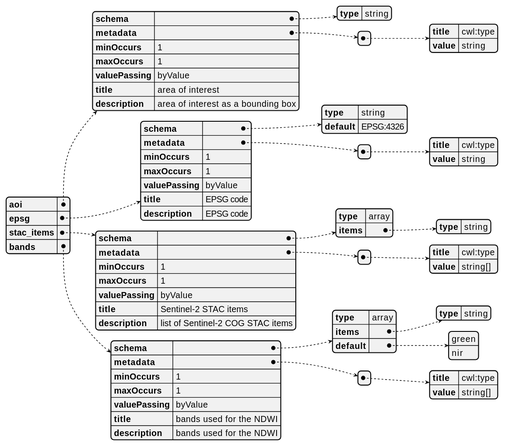
Before: docs/reference/cwl/cwl-workflow/app-water-bodies-cloud-native/water-bodies/ogc_processes_inputs.svg, a diagram exported from PlantUML (eoap/mastering-app-package). Source of this version:
```plantuml
@startjson
{
  "aoi": {
    "schema": {
      "type": "string"
    },
    "metadata": [
      {
        "title": "cwl:type",
        "value": "string"
      }
    ],
    "minOccurs": 1,
    "maxOccurs": 1,
    "valuePassing": "byValue",
    "title": "area of interest",
    "description": "area of interest as a bounding box"
  },
  "epsg": {
    "schema": {
      "type": "string",
      "default": "EPSG:4326"
    },
    "metadata": [
      {
        "title": "cwl:type",
        "value": "string"
      }
    ],
    "minOccurs": 1,
    "maxOccurs": 1,
    "valuePassing": "byValue",
    "title": "EPSG code",
    "description": "EPSG code"
  },
  "stac_items": {
    "schema": {
      "type": "array",
      "items": {
        "type": "string"
      }
    },
    "metadata": [
      {
        "title": "cwl:type",
        "value": "string[]"
      }
    ],
    "minOccurs": 1,
    "maxOccurs": 1,
    "valuePassing": "byValue",
    "title": "Sentinel-2 STAC items",
    "description": "list of Sentinel-2 COG STAC items"
  },
  "bands": {
    "schema": {
      "type": "array",
      "items": {
        "type": "string"
      },
      "default": [
        "green",
        "nir"
      ]
    },
    "metadata": [
      {
        "title": "cwl:type",
        "value": "string[]"
      }
    ],
    "minOccurs": 1,
    "maxOccurs": 1,
    "valuePassing": "byValue",
    "title": "bands used for the NDWI",
    "description": "bands used for the NDWI"
  }
}
@endjson
```
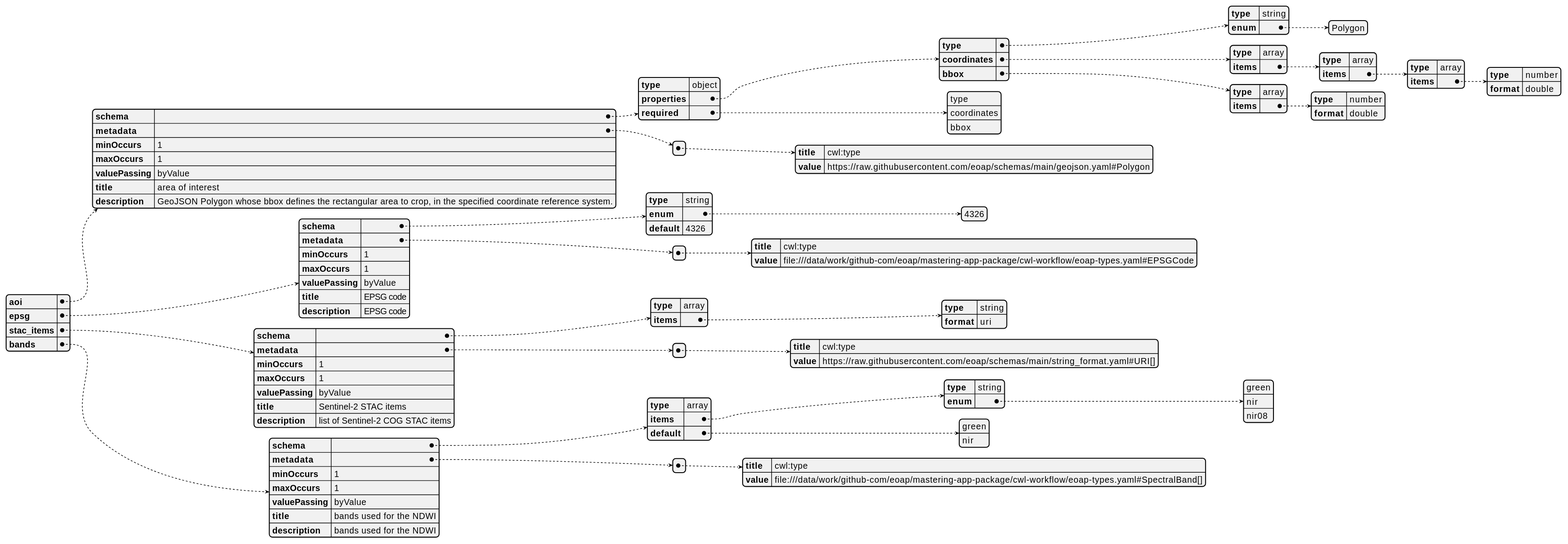
After the change.

Diff of the diagram source:
```diff
@@ -2,29 +2,65 @@
 {
   "aoi": {
     "schema": {
-      "type": "string"
+      "type": "object",
+      "properties": {
+        "type": {
+          "type": "string",
+          "enum": [
+            "Polygon"
+          ]
+        },
+        "coordinates": {
+          "type": "array",
+          "items": {
+            "type": "array",
+            "items": {
+              "type": "array",
+              "items": {
+                "type": "number",
+                "format": "double"
+              }
+            }
+          }
+        },
+        "bbox": {
+          "type": "array",
+          "items": {
+            "type": "number",
+            "format": "double"
+          }
+        }
+      },
+      "required": [
+        "type",
+        "coordinates",
+        "bbox"
+      ]
     },
     "metadata": [
       {
         "title": "cwl:type",
-        "value": "string"
+        "value": "https://raw.githubusercontent.com/eoap/schemas/main/geojson.yaml#Polygon"
       }
     ],
     "minOccurs": 1,
     "maxOccurs": 1,
     "valuePassing": "byValue",
     "title": "area of interest",
-    "description": "area of interest as a bounding box"
+    "description": "GeoJSON Polygon whose bbox defines the rectangular area to crop, in the specified coordinate reference system."
   },
   "epsg": {
     "schema": {
       "type": "string",
-      "default": "EPSG:4326"
+      "enum": [
+        "4326"
+      ],
+      "default": "4326"
     },
     "metadata": [
       {
         "title": "cwl:type",
-        "value": "string"
+        "value": "file:///data/work/github-com/eoap/mastering-app-package/cwl-workflow/eoap-types.yaml#EPSGCode"
       }
     ],
     "minOccurs": 1,
@@ -37,13 +73,14 @@
     "schema": {
       "type": "array",
       "items": {
-        "type": "string"
+        "type": "string",
+        "format": "uri"
       }
     },
     "metadata": [
       {
         "title": "cwl:type",
-        "value": "string[]"
+        "value": "https://raw.githubusercontent.com/eoap/schemas/main/string_format.yaml#URI[]"
       }
     ],
     "minOccurs": 1,
@@ -56,7 +93,12 @@
     "schema": {
       "type": "array",
       "items": {
-        "type": "string"
+        "type": "string",
+        "enum": [
+          "green",
+          "nir",
+          "nir08"
+        ]
       },
       "default": [
         "green",
@@ -66,7 +108,7 @@
     "metadata": [
       {
         "title": "cwl:type",
-        "value": "string[]"
+        "value": "file:///data/work/github-com/eoap/mastering-app-package/cwl-workflow/eoap-types.yaml#SpectralBand[]"
       }
     ],
     "minOccurs": 1,
```
